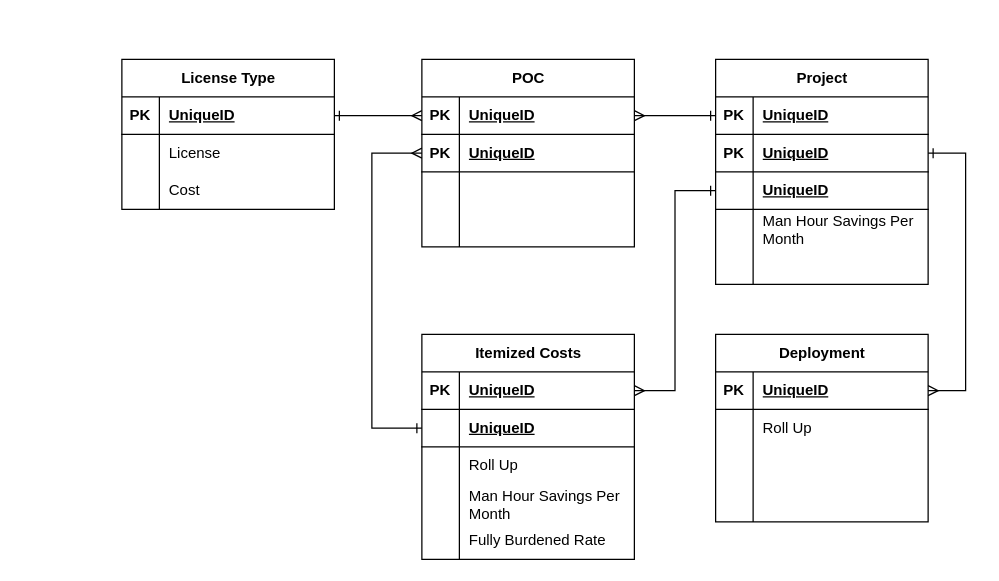
The draw.io diagram page "Option-1b" (2 of 4) of erd-projint-01.drawio in josjreyes/GitInit, before the edit. Source tidied: cells renumbered, new cells numbered last; positions are measured from the earlier drawing's top-left corner, leaving out a move shared by most shapes. Both pictures are drawn from the tidied source at 125%, with x=0, y=0 at pixel (121, 59).
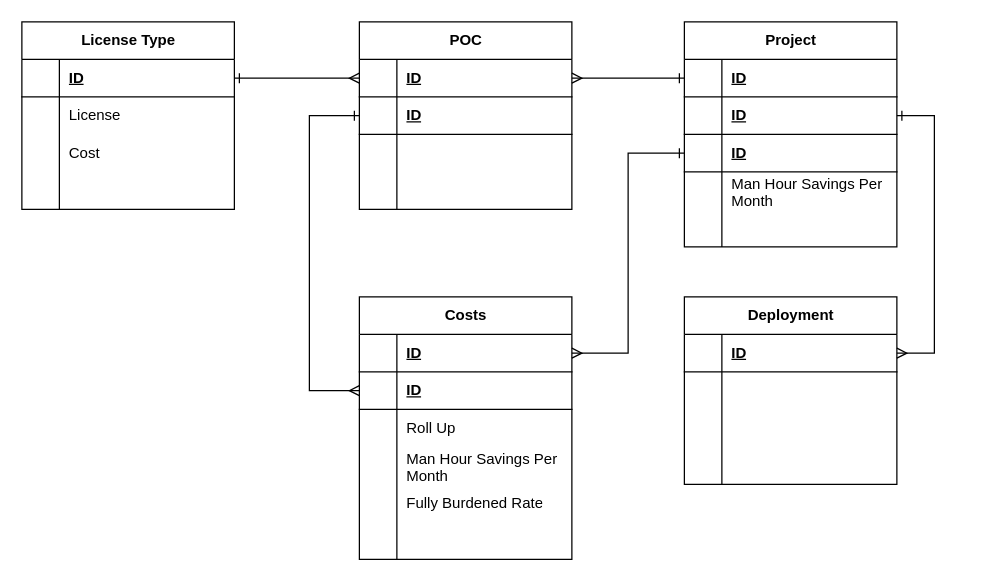
The same diagram, later.

The change refers to these unchanged cells:
```xml
<mxCell id="3" style="shape=tableRow;horizontal=0;startSize=0;swimlaneHead=0;swimlaneBody=0;fillColor=none;points=[[0,0.5],[1,0.5]];portConstraint=eastwest;top=0;left=0;right=0;bottom=1;" parent="2" vertex="1">
  <mxGeometry y="30" width="170" height="30" as="geometry" />
</mxCell>
<mxCell id="6" style="shape=tableRow;horizontal=0;startSize=0;swimlaneHead=0;swimlaneBody=0;fillColor=none;points=[[0,0.5],[1,0.5]];portConstraint=eastwest;top=0;left=0;right=0;bottom=1;" parent="2" vertex="1">
  <mxGeometry y="60" width="170" height="30" as="geometry" />
</mxCell>
<mxCell id="9" style="shape=tableRow;horizontal=0;startSize=0;swimlaneHead=0;swimlaneBody=0;fillColor=none;points=[[0,0.5],[1,0.5]];portConstraint=eastwest;top=0;left=0;right=0;bottom=1;" parent="2" vertex="1">
  <mxGeometry y="90" width="170" height="30" as="geometry" />
</mxCell>
<mxCell id="19" style="shape=tableRow;horizontal=0;startSize=0;swimlaneHead=0;swimlaneBody=0;fillColor=none;points=[[0,0.5],[1,0.5]];portConstraint=eastwest;top=0;left=0;right=0;bottom=1;" parent="18" vertex="1">
  <mxGeometry y="30" width="170" height="30" as="geometry" />
</mxCell>
<mxCell id="30" style="shape=tableRow;horizontal=0;startSize=0;swimlaneHead=0;swimlaneBody=0;fillColor=none;points=[[0,0.5],[1,0.5]];portConstraint=eastwest;top=0;left=0;right=0;bottom=1;" parent="29" vertex="1">
  <mxGeometry y="30" width="170" height="30" as="geometry" />
</mxCell>
<mxCell id="43" style="shape=tableRow;horizontal=0;startSize=0;swimlaneHead=0;swimlaneBody=0;fillColor=none;points=[[0,0.5],[1,0.5]];portConstraint=eastwest;top=0;left=0;right=0;bottom=1;" parent="42" vertex="1">
  <mxGeometry y="30" width="170" height="30" as="geometry" />
</mxCell>
<mxCell id="46" style="shape=tableRow;horizontal=0;startSize=0;swimlaneHead=0;swimlaneBody=0;fillColor=none;points=[[0,0.5],[1,0.5]];portConstraint=eastwest;top=0;left=0;right=0;bottom=1;" parent="42" vertex="1">
  <mxGeometry y="60" width="170" height="30" as="geometry" />
</mxCell>
<mxCell id="57" style="shape=tableRow;horizontal=0;startSize=0;swimlaneHead=0;swimlaneBody=0;fillColor=none;points=[[0,0.5],[1,0.5]];portConstraint=eastwest;top=0;left=0;right=0;bottom=1;" parent="56" vertex="1">
  <mxGeometry y="30" width="170" height="30" as="geometry" />
</mxCell>
<mxCell id="60" style="shape=tableRow;horizontal=0;startSize=0;swimlaneHead=0;swimlaneBody=0;fillColor=none;points=[[0,0.5],[1,0.5]];portConstraint=eastwest;top=0;left=0;right=0;bottom=1;" parent="56" vertex="1">
  <mxGeometry y="60" width="170" height="30" as="geometry" />
</mxCell>
```

What changed in the source:
```diff
@@
     <mxCell id="2" value="Project" style="shape=table;startSize=30;childLayout=tableLayout;rowLines=0;fontStyle=1;align=center;html=1;" parent="1" vertex="1">
-      <mxGeometry x="475" width="170" height="180" as="geometry" />
+      <mxGeometry x="450" y="-30" width="170" height="180" as="geometry" />
     </mxCell>
@@
-    <mxCell id="4" value="PK" style="shape=partialRectangle;fillColor=none;top=0;left=0;bottom=0;right=0;fontStyle=1;overflow=hidden;whiteSpace=wrap;html=1;" parent="3" vertex="1">
+    <mxCell id="4" style="shape=partialRectangle;fillColor=none;top=0;left=0;bottom=0;right=0;fontStyle=1;overflow=hidden;whiteSpace=wrap;html=1;" parent="3" vertex="1">
       <mxGeometry width="30" height="30" as="geometry" />
     </mxCell>
-    <mxCell id="5" value="UniqueID" style="shape=partialRectangle;fillColor=none;top=0;left=0;bottom=0;right=0;align=left;spacingLeft=6;fontStyle=5;overflow=hidden;whiteSpace=wrap;html=1;" parent="3" vertex="1">
+    <mxCell id="5" value="ID" style="shape=partialRectangle;fillColor=none;top=0;left=0;bottom=0;right=0;align=left;spacingLeft=6;fontStyle=5;overflow=hidden;whiteSpace=wrap;html=1;" parent="3" vertex="1">
       <mxGeometry x="30" width="140" height="30" as="geometry" />
     </mxCell>
@@
-    <mxCell id="7" value="PK" style="shape=partialRectangle;fillColor=none;top=0;left=0;bottom=0;right=0;fontStyle=1;overflow=hidden;whiteSpace=wrap;html=1;" parent="6" vertex="1">
+    <mxCell id="7" style="shape=partialRectangle;fillColor=none;top=0;left=0;bottom=0;right=0;fontStyle=1;overflow=hidden;whiteSpace=wrap;html=1;" parent="6" vertex="1">
       <mxGeometry width="30" height="30" as="geometry" />
     </mxCell>
-    <mxCell id="8" value="UniqueID" style="shape=partialRectangle;fillColor=none;top=0;left=0;bottom=0;right=0;align=left;spacingLeft=6;fontStyle=5;overflow=hidden;whiteSpace=wrap;html=1;" parent="6" vertex="1">
+    <mxCell id="8" value="ID" style="shape=partialRectangle;fillColor=none;top=0;left=0;bottom=0;right=0;align=left;spacingLeft=6;fontStyle=5;overflow=hidden;whiteSpace=wrap;html=1;" parent="6" vertex="1">
       <mxGeometry x="30" width="140" height="30" as="geometry" />
     </mxCell>
@@
-    <mxCell id="11" value="UniqueID" style="shape=partialRectangle;fillColor=none;top=0;left=0;bottom=0;right=0;align=left;spacingLeft=6;fontStyle=5;overflow=hidden;whiteSpace=wrap;html=1;" parent="9" vertex="1">
+    <mxCell id="11" value="ID" style="shape=partialRectangle;fillColor=none;top=0;left=0;bottom=0;right=0;align=left;spacingLeft=6;fontStyle=5;overflow=hidden;whiteSpace=wrap;html=1;" parent="9" vertex="1">
       <mxGeometry x="30" width="140" height="30" as="geometry" />
     </mxCell>
@@
     <mxCell id="18" value="License Type" style="shape=table;startSize=30;childLayout=tableLayout;rowLines=0;fontStyle=1;align=center;html=1;" parent="1" vertex="1">
-      <mxGeometry width="170" height="120" as="geometry" />
+      <mxGeometry x="-80" y="-30" width="170" height="150" as="geometry" />
     </mxCell>
@@
-    <mxCell id="20" value="PK" style="shape=partialRectangle;fillColor=none;top=0;left=0;bottom=0;right=0;fontStyle=1;overflow=hidden;whiteSpace=wrap;html=1;" parent="19" vertex="1">
+    <mxCell id="20" style="shape=partialRectangle;fillColor=none;top=0;left=0;bottom=0;right=0;fontStyle=1;overflow=hidden;whiteSpace=wrap;html=1;" parent="19" vertex="1">
       <mxGeometry width="30" height="30" as="geometry" />
     </mxCell>
-    <mxCell id="21" value="UniqueID" style="shape=partialRectangle;fillColor=none;top=0;left=0;bottom=0;right=0;align=left;spacingLeft=6;fontStyle=5;overflow=hidden;whiteSpace=wrap;html=1;" parent="19" vertex="1">
+    <mxCell id="21" value="ID" style="shape=partialRectangle;fillColor=none;top=0;left=0;bottom=0;right=0;align=left;spacingLeft=6;fontStyle=5;overflow=hidden;whiteSpace=wrap;html=1;" parent="19" vertex="1">
       <mxGeometry x="30" width="140" height="30" as="geometry" />
     </mxCell>
@@
+    <mxCell id="75" style="shape=tableRow;horizontal=0;startSize=0;swimlaneHead=0;swimlaneBody=0;fillColor=none;top=0;left=0;right=0;bottom=0;" parent="18" vertex="1">
+      <mxGeometry y="120" width="170" height="30" as="geometry" />
+    </mxCell>
+    <mxCell id="76" style="shape=partialRectangle;fillColor=none;top=0;left=0;bottom=0;right=0;overflow=hidden;whiteSpace=wrap;html=1;" parent="75" vertex="1">
+      <mxGeometry width="30" height="30" as="geometry" />
+    </mxCell>
+    <mxCell id="77" style="shape=partialRectangle;fillColor=none;top=0;left=0;bottom=0;right=0;align=left;spacingLeft=6;overflow=hidden;whiteSpace=wrap;html=1;" parent="75" vertex="1">
+      <mxGeometry x="30" width="140" height="30" as="geometry" />
+    </mxCell>
     <mxCell id="28" style="edgeStyle=entityRelationEdgeStyle;fontSize=12;html=1;endArrow=ERmany;startArrow=ERone;rounded=0;exitX=1;exitY=0.5;exitDx=0;exitDy=0;startFill=0;entryX=0;entryY=0.5;entryDx=0;entryDy=0;endFill=0;" parent="1" edge="1" source="19" target="43">
       <mxGeometry relative="1" as="geometry">
         <Array as="points">
-          <mxPoint x="224.9" y="490" />
-          <mxPoint x="214.9" y="490" />
+          <mxPoint x="144.9" y="460" />
+          <mxPoint x="134.9" y="460" />
         </Array>
       </mxGeometry>
     </mxCell>
     <mxCell id="29" value="Deployment" style="shape=table;startSize=30;childLayout=tableLayout;rowLines=0;fontStyle=1;align=center;html=1;" parent="1" vertex="1">
-      <mxGeometry x="475" y="220" width="170" height="150" as="geometry" />
+      <mxGeometry x="450" y="190" width="170" height="150" as="geometry" />
     </mxCell>
@@
-    <mxCell id="31" value="PK" style="shape=partialRectangle;fillColor=none;top=0;left=0;bottom=0;right=0;fontStyle=1;overflow=hidden;whiteSpace=wrap;html=1;" parent="30" vertex="1">
+    <mxCell id="31" style="shape=partialRectangle;fillColor=none;top=0;left=0;bottom=0;right=0;fontStyle=1;overflow=hidden;whiteSpace=wrap;html=1;" parent="30" vertex="1">
       <mxGeometry width="30" height="30" as="geometry" />
     </mxCell>
-    <mxCell id="32" value="UniqueID" style="shape=partialRectangle;fillColor=none;top=0;left=0;bottom=0;right=0;align=left;spacingLeft=6;fontStyle=5;overflow=hidden;whiteSpace=wrap;html=1;" parent="30" vertex="1">
+    <mxCell id="32" value="ID" style="shape=partialRectangle;fillColor=none;top=0;left=0;bottom=0;right=0;align=left;spacingLeft=6;fontStyle=5;overflow=hidden;whiteSpace=wrap;html=1;" parent="30" vertex="1">
       <mxGeometry x="30" width="140" height="30" as="geometry" />
     </mxCell>
-    <mxCell id="33" style="shape=tableRow;horizontal=0;startSize=0;swimlaneHead=0;swimlaneBody=0;fillColor=none;top=0;left=0;right=0;bottom=0;" parent="29" vertex="1">
-      <mxGeometry y="60" width="170" height="30" as="geometry" />
-    </mxCell>
-    <mxCell id="34" style="shape=partialRectangle;fillColor=none;top=0;left=0;bottom=0;right=0;overflow=hidden;whiteSpace=wrap;html=1;" parent="33" vertex="1">
-      <mxGeometry width="30" height="30" as="geometry" />
-    </mxCell>
-    <mxCell id="35" value="Roll Up" style="shape=partialRectangle;fillColor=none;top=0;left=0;bottom=0;right=0;align=left;spacingLeft=6;overflow=hidden;whiteSpace=wrap;html=1;" parent="33" vertex="1">
-      <mxGeometry x="30" width="140" height="30" as="geometry" />
-    </mxCell>
     <mxCell id="36" style="shape=tableRow;horizontal=0;startSize=0;swimlaneHead=0;swimlaneBody=0;fillColor=none;top=0;left=0;right=0;bottom=0;" parent="29" vertex="1">
-      <mxGeometry y="90" width="170" height="30" as="geometry" />
+      <mxGeometry y="60" width="170" height="30" as="geometry" />
     </mxCell>
@@
+    <mxCell id="78" style="shape=tableRow;horizontal=0;startSize=0;swimlaneHead=0;swimlaneBody=0;fillColor=none;top=0;left=0;right=0;bottom=0;" parent="29" vertex="1">
+      <mxGeometry y="90" width="170" height="30" as="geometry" />
+    </mxCell>
+    <mxCell id="79" style="shape=partialRectangle;fillColor=none;top=0;left=0;bottom=0;right=0;overflow=hidden;whiteSpace=wrap;html=1;" parent="78" vertex="1">
+      <mxGeometry width="30" height="30" as="geometry" />
+    </mxCell>
+    <mxCell id="80" style="shape=partialRectangle;fillColor=none;top=0;left=0;bottom=0;right=0;align=left;spacingLeft=6;overflow=hidden;whiteSpace=wrap;html=1;" parent="78" vertex="1">
+      <mxGeometry x="30" width="140" height="30" as="geometry" />
+    </mxCell>
@@
     <mxCell id="42" value="POC" style="shape=table;startSize=30;childLayout=tableLayout;rowLines=0;fontStyle=1;align=center;html=1;" parent="1" vertex="1">
-      <mxGeometry x="240" width="170" height="150" as="geometry" />
+      <mxGeometry x="190" y="-30" width="170" height="150" as="geometry" />
     </mxCell>
@@
-    <mxCell id="44" value="PK" style="shape=partialRectangle;fillColor=none;top=0;left=0;bottom=0;right=0;fontStyle=1;overflow=hidden;whiteSpace=wrap;html=1;" parent="43" vertex="1">
+    <mxCell id="44" style="shape=partialRectangle;fillColor=none;top=0;left=0;bottom=0;right=0;fontStyle=1;overflow=hidden;whiteSpace=wrap;html=1;" parent="43" vertex="1">
       <mxGeometry width="30" height="30" as="geometry" />
     </mxCell>
-    <mxCell id="45" value="UniqueID" style="shape=partialRectangle;fillColor=none;top=0;left=0;bottom=0;right=0;align=left;spacingLeft=6;fontStyle=5;overflow=hidden;whiteSpace=wrap;html=1;" parent="43" vertex="1">
+    <mxCell id="45" value="ID" style="shape=partialRectangle;fillColor=none;top=0;left=0;bottom=0;right=0;align=left;spacingLeft=6;fontStyle=5;overflow=hidden;whiteSpace=wrap;html=1;" parent="43" vertex="1">
       <mxGeometry x="30" width="140" height="30" as="geometry" />
     </mxCell>
@@
-    <mxCell id="47" value="PK" style="shape=partialRectangle;fillColor=none;top=0;left=0;bottom=0;right=0;fontStyle=1;overflow=hidden;whiteSpace=wrap;html=1;" parent="46" vertex="1">
+    <mxCell id="47" style="shape=partialRectangle;fillColor=none;top=0;left=0;bottom=0;right=0;fontStyle=1;overflow=hidden;whiteSpace=wrap;html=1;" parent="46" vertex="1">
       <mxGeometry width="30" height="30" as="geometry" />
     </mxCell>
-    <mxCell id="48" value="UniqueID" style="shape=partialRectangle;fillColor=none;top=0;left=0;bottom=0;right=0;align=left;spacingLeft=6;fontStyle=5;overflow=hidden;whiteSpace=wrap;html=1;" parent="46" vertex="1">
+    <mxCell id="48" value="ID" style="shape=partialRectangle;fillColor=none;top=0;left=0;bottom=0;right=0;align=left;spacingLeft=6;fontStyle=5;overflow=hidden;whiteSpace=wrap;html=1;" parent="46" vertex="1">
       <mxGeometry x="30" width="140" height="30" as="geometry" />
     </mxCell>
@@
     <mxCell id="55" style="edgeStyle=entityRelationEdgeStyle;fontSize=12;html=1;endArrow=ERone;startArrow=ERmany;rounded=0;entryX=1;entryY=0.5;entryDx=0;entryDy=0;startFill=0;endFill=0;" parent="1" edge="1" source="30" target="6">
       <mxGeometry relative="1" as="geometry">
         <Array as="points">
-          <mxPoint x="584.9" y="775" />
-          <mxPoint x="335" y="270" />
-          <mxPoint x="574.9" y="775" />
+          <mxPoint x="504.9" y="745" />
+          <mxPoint x="255" y="240" />
+          <mxPoint x="494.9" y="745" />
         </Array>
       </mxGeometry>
     </mxCell>
-    <mxCell id="56" value="Itemized Costs" style="shape=table;startSize=30;childLayout=tableLayout;rowLines=0;fontStyle=1;align=center;html=1;" parent="1" vertex="1">
-      <mxGeometry x="240" y="220" width="170" height="180" as="geometry" />
+    <mxCell id="56" value="Costs" style="shape=table;startSize=30;childLayout=tableLayout;rowLines=0;fontStyle=1;align=center;html=1;" parent="1" vertex="1">
+      <mxGeometry x="190" y="190" width="170" height="210" as="geometry" />
     </mxCell>
@@
-    <mxCell id="58" value="PK" style="shape=partialRectangle;fillColor=none;top=0;left=0;bottom=0;right=0;fontStyle=1;overflow=hidden;whiteSpace=wrap;html=1;" parent="57" vertex="1">
+    <mxCell id="58" style="shape=partialRectangle;fillColor=none;top=0;left=0;bottom=0;right=0;fontStyle=1;overflow=hidden;whiteSpace=wrap;html=1;" parent="57" vertex="1">
       <mxGeometry width="30" height="30" as="geometry" />
     </mxCell>
-    <mxCell id="59" value="UniqueID" style="shape=partialRectangle;fillColor=none;top=0;left=0;bottom=0;right=0;align=left;spacingLeft=6;fontStyle=5;overflow=hidden;whiteSpace=wrap;html=1;" parent="57" vertex="1">
+    <mxCell id="59" value="ID" style="shape=partialRectangle;fillColor=none;top=0;left=0;bottom=0;right=0;align=left;spacingLeft=6;fontStyle=5;overflow=hidden;whiteSpace=wrap;html=1;" parent="57" vertex="1">
       <mxGeometry x="30" width="140" height="30" as="geometry" />
     </mxCell>
@@
-    <mxCell id="62" value="UniqueID" style="shape=partialRectangle;fillColor=none;top=0;left=0;bottom=0;right=0;align=left;spacingLeft=6;fontStyle=5;overflow=hidden;whiteSpace=wrap;html=1;" parent="60" vertex="1">
+    <mxCell id="62" value="ID" style="shape=partialRectangle;fillColor=none;top=0;left=0;bottom=0;right=0;align=left;spacingLeft=6;fontStyle=5;overflow=hidden;whiteSpace=wrap;html=1;" parent="60" vertex="1">
       <mxGeometry x="30" width="140" height="30" as="geometry" />
     </mxCell>
@@
+    <mxCell id="81" style="shape=tableRow;horizontal=0;startSize=0;swimlaneHead=0;swimlaneBody=0;fillColor=none;top=0;left=0;right=0;bottom=0;" parent="56" vertex="1">
+      <mxGeometry y="180" width="170" height="30" as="geometry" />
+    </mxCell>
+    <mxCell id="82" style="shape=partialRectangle;fillColor=none;top=0;left=0;bottom=0;right=0;overflow=hidden;whiteSpace=wrap;html=1;" parent="81" vertex="1">
+      <mxGeometry width="30" height="30" as="geometry" />
+    </mxCell>
+    <mxCell id="83" style="shape=partialRectangle;fillColor=none;top=0;left=0;bottom=0;right=0;align=left;spacingLeft=6;overflow=hidden;whiteSpace=wrap;html=1;" parent="81" vertex="1">
+      <mxGeometry x="30" width="140" height="30" as="geometry" />
+    </mxCell>
@@
+    <mxCell id="74" style="edgeStyle=orthogonalEdgeStyle;rounded=0;jettySize=auto;html=1;exitX=1;exitY=0.5;exitDx=0;exitDy=0;entryX=0;entryY=0.5;entryDx=0;entryDy=0;startArrow=ERmany;startFill=0;endArrow=ERone;endFill=0;" parent="1" edge="1" source="43" target="3">
+      <mxGeometry relative="1" as="geometry" />
+    </mxCell>
-    <mxCell id="73" style="edgeStyle=orthogonalEdgeStyle;rounded=0;jettySize=auto;html=1;exitX=0;exitY=0.5;exitDx=0;exitDy=0;entryX=0;entryY=0.5;entryDx=0;entryDy=0;endArrow=ERone;endFill=0;startArrow=ERmany;startFill=0;" parent="1" edge="1" source="46" target="60">
+    <mxCell id="73" style="edgeStyle=orthogonalEdgeStyle;rounded=0;jettySize=auto;html=1;exitX=0;exitY=0.5;exitDx=0;exitDy=0;entryX=0;entryY=0.5;entryDx=0;entryDy=0;endArrow=ERone;endFill=0;startArrow=ERmany;startFill=0;" parent="1" edge="1" source="60" target="46">
       <mxGeometry relative="1" as="geometry">
         <Array as="points">
-          <mxPoint x="200" y="75" />
-          <mxPoint x="200" y="295" />
+          <mxPoint x="150" y="265" />
+          <mxPoint x="150" y="45" />
         </Array>
       </mxGeometry>
     </mxCell>
-    <mxCell id="74" style="edgeStyle=orthogonalEdgeStyle;rounded=0;jettySize=auto;html=1;exitX=1;exitY=0.5;exitDx=0;exitDy=0;entryX=0;entryY=0.5;entryDx=0;entryDy=0;startArrow=ERmany;startFill=0;endArrow=ERone;endFill=0;" parent="1" edge="1" source="43" target="3">
-      <mxGeometry relative="1" as="geometry" />
-    </mxCell>
```
